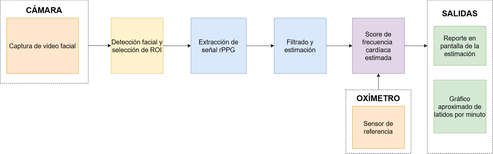
This is Figuras/diagBloques.png from santiagoruizvt/TrabajoFinalCEIA, a draw.io export, as it was before one commit. Source tidied: cells renumbered, new cells last; positions are measured from the earlier drawing's top-left corner, leaving out a move shared by most shapes.
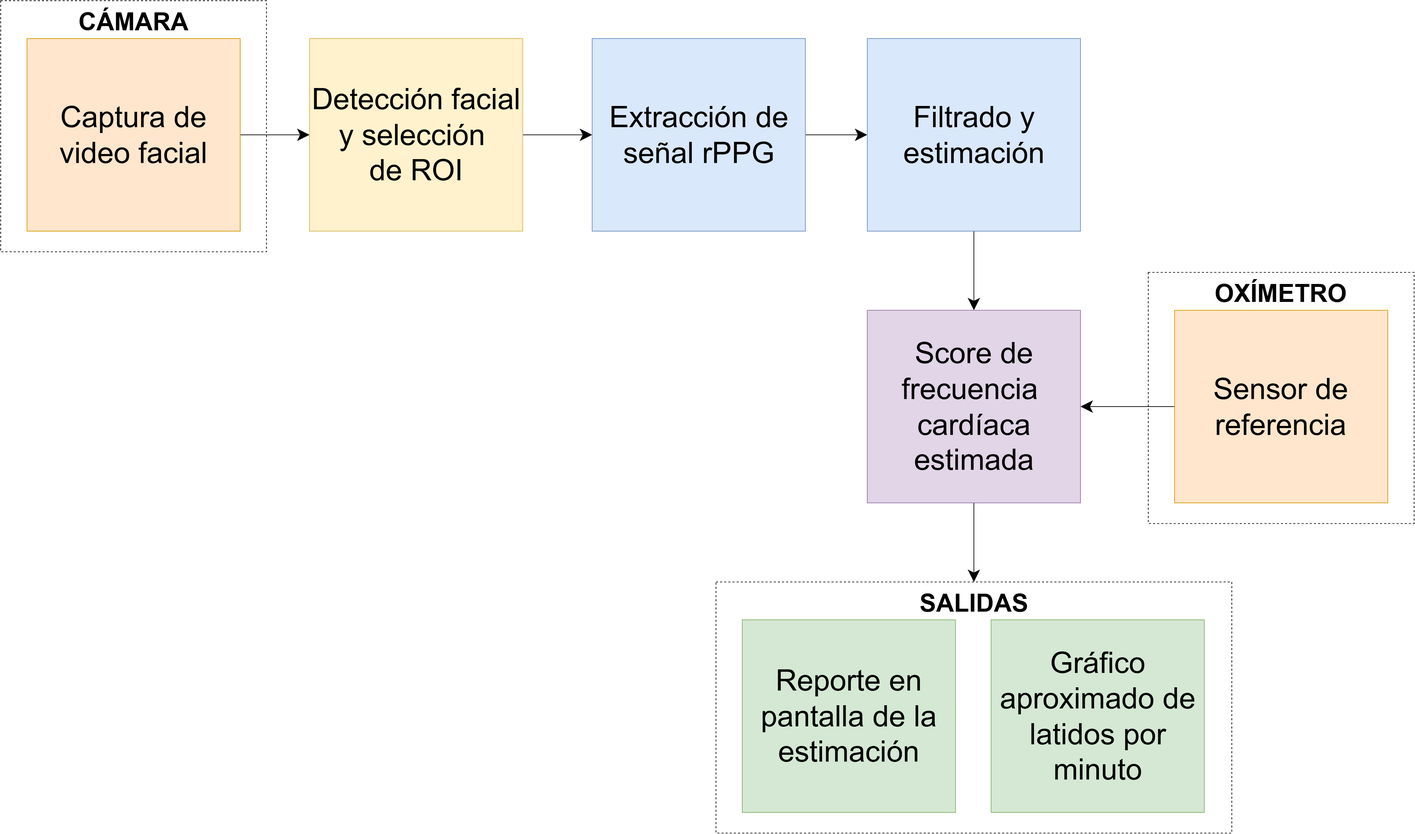
Above is the later version.

Change to the diagram source:
```diff
@@ -2,68 +2,65 @@
   <root>
     <mxCell id="0" />
     <mxCell id="1" parent="0" />
-    <mxCell id="2" style="edgeStyle=none;curved=1;rounded=0;jettySize=auto;html=1;exitX=0.5;exitY=0;exitDx=0;exitDy=0;entryX=0.5;entryY=1;entryDx=0;entryDy=0;fontSize=12;startSize=8;endSize=8;labelBackgroundColor=none;fontColor=default;" parent="1" edge="1" source="3" target="11">
-      <mxGeometry relative="1" as="geometry" />
-    </mxCell>
-    <mxCell id="3" style="rounded=0;whiteSpace=wrap;html=1;dashed=1;labelBackgroundColor=none;" parent="1" vertex="1">
-      <mxGeometry x="1060" y="275" width="200" height="195" as="geometry" />
-    </mxCell>
     <mxCell id="4" style="rounded=0;whiteSpace=wrap;html=1;dashed=1;labelBackgroundColor=none;" parent="1" vertex="1">
-      <mxGeometry width="270" height="255" as="geometry" />
+      <mxGeometry width="386.5" height="365" as="geometry" />
     </mxCell>
+    <mxCell id="22" style="edgeStyle=orthogonalEdgeStyle;rounded=0;jettySize=auto;html=1;exitX=1;exitY=0.5;exitDx=0;exitDy=0;entryX=0;entryY=0.5;entryDx=0;entryDy=0;endSize=15;" parent="1" edge="1" source="5" target="7">
+      <mxGeometry relative="1" as="geometry" />
+    </mxCell>
-    <mxCell id="5" value="&lt;font style=&quot;font-size: 20px;&quot;&gt;Captura de video facial&lt;/font&gt;" style="rounded=0;whiteSpace=wrap;html=1;labelBackgroundColor=none;fillColor=#ffe6cc;strokeColor=#d79b00;" parent="1" vertex="1">
-      <mxGeometry x="20" y="55" width="220" height="170" as="geometry" />
+    <mxCell id="5" value="&lt;font style=&quot;font-size: 43px;&quot;&gt;Captura de video facial&lt;/font&gt;" style="rounded=0;whiteSpace=wrap;html=1;labelBackgroundColor=none;fillColor=#ffe6cc;strokeColor=#d79b00;" parent="1" vertex="1">
+      <mxGeometry x="38.2" y="55" width="310" height="280" as="geometry" />
     </mxCell>
-    <mxCell id="6" value="&lt;font style=&quot;font-size: 25px;&quot;&gt;CÁMARA&lt;/font&gt;" style="text;html=1;whiteSpace=wrap;strokeColor=none;fillColor=none;align=center;verticalAlign=middle;rounded=0;fontStyle=1;fontSize=16;labelBackgroundColor=none;" parent="1" vertex="1">
-      <mxGeometry x="70" y="15" width="130" height="30" as="geometry" />
+    <mxCell id="6" value="&lt;font&gt;CÁMARA&lt;/font&gt;" style="text;html=1;whiteSpace=wrap;strokeColor=none;fillColor=none;align=center;verticalAlign=middle;rounded=0;fontStyle=1;fontSize=36;labelBackgroundColor=none;" parent="1" vertex="1">
+      <mxGeometry x="128.2" y="15" width="130" height="30" as="geometry" />
     </mxCell>
+    <mxCell id="12" style="edgeStyle=orthogonalEdgeStyle;rounded=0;jettySize=auto;html=1;exitX=1;exitY=0.5;exitDx=0;exitDy=0;entryX=0;entryY=0.5;entryDx=0;entryDy=0;endSize=15;" parent="1" edge="1" source="7" target="8">
+      <mxGeometry relative="1" as="geometry" />
+    </mxCell>
-    <mxCell id="7" value="&lt;font style=&quot;font-size: 20px;&quot;&gt;Detección facial y selección de ROI&lt;/font&gt;" style="rounded=0;whiteSpace=wrap;html=1;labelBackgroundColor=none;fillColor=#fff2cc;strokeColor=#d6b656;" parent="1" vertex="1">
-      <mxGeometry x="340" y="55" width="160" height="170" as="geometry" />
+    <mxCell id="7" value="&lt;font style=&quot;font-size: 43px;&quot;&gt;Detección facial y selección&amp;nbsp;&lt;/font&gt;&lt;div&gt;&lt;font style=&quot;font-size: 43px;&quot;&gt;de ROI&lt;/font&gt;&lt;/div&gt;" style="rounded=0;whiteSpace=wrap;html=1;labelBackgroundColor=none;fillColor=#fff2cc;strokeColor=#d6b656;" parent="1" vertex="1">
+      <mxGeometry x="449" y="55" width="310" height="280" as="geometry" />
     </mxCell>
+    <mxCell id="13" style="edgeStyle=orthogonalEdgeStyle;rounded=0;jettySize=auto;html=1;exitX=1;exitY=0.5;exitDx=0;exitDy=0;entryX=0;entryY=0.5;entryDx=0;entryDy=0;endSize=15;" parent="1" edge="1" source="8" target="10">
+      <mxGeometry relative="1" as="geometry" />
+    </mxCell>
-    <mxCell id="8" value="&lt;font style=&quot;font-size: 20px;&quot;&gt;Extracción de señal rPPG&lt;/font&gt;" style="rounded=0;whiteSpace=wrap;html=1;labelBackgroundColor=none;fillColor=#dae8fc;strokeColor=#6c8ebf;" parent="1" vertex="1">
-      <mxGeometry x="585" y="55" width="170" height="170" as="geometry" />
+    <mxCell id="8" value="&lt;font style=&quot;font-size: 43px;&quot;&gt;Extracción de señal rPPG&lt;/font&gt;" style="rounded=0;whiteSpace=wrap;html=1;labelBackgroundColor=none;fillColor=#dae8fc;strokeColor=#6c8ebf;" parent="1" vertex="1">
+      <mxGeometry x="860" y="55" width="310" height="280" as="geometry" />
     </mxCell>
-    <mxCell id="9" style="edgeStyle=none;curved=1;rounded=0;jettySize=auto;html=1;exitX=1;exitY=0.5;exitDx=0;exitDy=0;fontSize=12;startSize=8;endSize=8;" parent="1" edge="1" source="10" target="11">
+    <mxCell id="9" style="edgeStyle=orthogonalEdgeStyle;rounded=0;jettySize=auto;html=1;exitX=0.5;exitY=1;exitDx=0;exitDy=0;entryX=0.5;entryY=0;entryDx=0;entryDy=0;endSize=15;" parent="1" edge="1" source="10" target="11">
       <mxGeometry relative="1" as="geometry" />
     </mxCell>
-    <mxCell id="10" value="&lt;font style=&quot;font-size: 20px;&quot;&gt;Filtrado y estimación&lt;/font&gt;" style="rounded=0;whiteSpace=wrap;html=1;labelBackgroundColor=none;fillColor=#dae8fc;strokeColor=#6c8ebf;" parent="1" vertex="1">
-      <mxGeometry x="840" y="55" width="160" height="170" as="geometry" />
+    <mxCell id="10" value="&lt;font style=&quot;font-size: 43px;&quot;&gt;Filtrado y estimación&lt;/font&gt;" style="rounded=0;whiteSpace=wrap;html=1;labelBackgroundColor=none;fillColor=#dae8fc;strokeColor=#6c8ebf;" parent="1" vertex="1">
+      <mxGeometry x="1260" y="55" width="310" height="280" as="geometry" />
     </mxCell>
+    <mxCell id="23" style="edgeStyle=orthogonalEdgeStyle;rounded=0;jettySize=auto;html=1;exitX=0.5;exitY=1;exitDx=0;exitDy=0;entryX=0.5;entryY=0;entryDx=0;entryDy=0;endSize=15;" parent="1" edge="1" source="11" target="26">
+      <mxGeometry relative="1" as="geometry" />
+    </mxCell>
-    <mxCell id="11" value="&lt;font style=&quot;font-size: 20px;&quot;&gt;Score de frecuencia&amp;nbsp;&lt;/font&gt;&lt;div&gt;&lt;font style=&quot;font-size: 20px;&quot;&gt;cardíaca estimada&lt;/font&gt;&lt;/div&gt;" style="rounded=0;whiteSpace=wrap;html=1;labelBackgroundColor=none;fillColor=#e1d5e7;strokeColor=#9673a6;" parent="1" vertex="1">
-      <mxGeometry x="1080" y="55" width="160" height="170" as="geometry" />
+    <mxCell id="11" value="&lt;font style=&quot;font-size: 43px;&quot;&gt;Score de frecuencia&amp;nbsp;&lt;/font&gt;&lt;div&gt;&lt;font style=&quot;font-size: 43px;&quot;&gt;cardíaca estimada&lt;/font&gt;&lt;/div&gt;" style="rounded=0;whiteSpace=wrap;html=1;labelBackgroundColor=none;fillColor=#e1d5e7;strokeColor=#9673a6;" parent="1" vertex="1">
+      <mxGeometry x="1260" y="450" width="310" height="280" as="geometry" />
     </mxCell>
-    <mxCell id="12" style="endArrow=classic;html=1;rounded=0;fontSize=12;startSize=8;endSize=8;curved=1;exitX=1;exitY=0.5;exitDx=0;exitDy=0;entryX=0;entryY=0.5;entryDx=0;entryDy=0;labelBackgroundColor=none;fontColor=default;" parent="1" edge="1" source="7" target="8">
-      <mxGeometry relative="1" as="geometry" />
-    </mxCell>
-    <mxCell id="13" style="endArrow=classic;html=1;rounded=0;fontSize=12;startSize=8;endSize=8;curved=1;exitX=1;exitY=0.5;exitDx=0;exitDy=0;entryX=0;entryY=0.5;entryDx=0;entryDy=0;labelBackgroundColor=none;fontColor=default;" parent="1" edge="1" source="8" target="10">
-      <mxGeometry relative="1" as="geometry" />
-    </mxCell>
-    <mxCell id="14" style="rounded=0;whiteSpace=wrap;html=1;dashed=1;labelBackgroundColor=none;" parent="1" vertex="1">
-      <mxGeometry x="1310" width="200" height="470" as="geometry" />
-    </mxCell>
-    <mxCell id="15" value="&lt;font style=&quot;font-size: 25px;&quot;&gt;SALIDAS&lt;/font&gt;" style="text;html=1;whiteSpace=wrap;strokeColor=none;fillColor=none;align=center;verticalAlign=middle;rounded=0;fontStyle=1;fontSize=16;labelBackgroundColor=none;" parent="1" vertex="1">
-      <mxGeometry x="1380" y="25" width="60" height="30" as="geometry" />
-    </mxCell>
-    <mxCell id="16" value="&lt;font style=&quot;font-size: 20px;&quot;&gt;Reporte en pantalla de la estimación&lt;/font&gt;" style="rounded=0;whiteSpace=wrap;html=1;labelBackgroundColor=none;fillColor=#d5e8d4;strokeColor=#82b366;" parent="1" vertex="1">
-      <mxGeometry x="1330" y="80" width="160" height="120" as="geometry" />
-    </mxCell>
-    <mxCell id="17" value="&lt;span style=&quot;font-size: 20px;&quot;&gt;Gráfico aproximado de latidos por minuto&lt;/span&gt;" style="rounded=0;whiteSpace=wrap;html=1;labelBackgroundColor=none;fillColor=#d5e8d4;strokeColor=#82b366;" parent="1" vertex="1">
-      <mxGeometry x="1330" y="245" width="160" height="162.5" as="geometry" />
-    </mxCell>
+    <mxCell id="24" style="rounded=0;whiteSpace=wrap;html=1;dashed=1;labelBackgroundColor=none;" parent="1" vertex="1">
+      <mxGeometry x="1668.5" y="395" width="386.5" height="365" as="geometry" />
+    </mxCell>
+    <mxCell id="25" style="edgeStyle=orthogonalEdgeStyle;rounded=0;jettySize=auto;html=1;exitX=0;exitY=0.5;exitDx=0;exitDy=0;entryX=1;entryY=0.5;entryDx=0;entryDy=0;endSize=15;" parent="1" edge="1" source="18" target="11">
+      <mxGeometry relative="1" as="geometry" />
+    </mxCell>
-    <mxCell id="18" value="&lt;font style=&quot;font-size: 20px;&quot;&gt;Sensor de referencia&lt;/font&gt;" style="rounded=0;whiteSpace=wrap;html=1;labelBackgroundColor=none;fillColor=#ffe6cc;strokeColor=#d79b00;" parent="1" vertex="1">
-      <mxGeometry x="1080" y="325" width="160" height="130" as="geometry" />
+    <mxCell id="18" value="&lt;span style=&quot;font-size: 43px;&quot;&gt;Sensor de referencia&lt;/span&gt;" style="rounded=0;whiteSpace=wrap;html=1;labelBackgroundColor=none;fillColor=#ffe6cc;strokeColor=#d79b00;" parent="1" vertex="1">
+      <mxGeometry x="1706.8" y="450" width="310" height="280" as="geometry" />
     </mxCell>
-    <mxCell id="19" value="&lt;font style=&quot;font-size: 25px;&quot;&gt;OXÍMETRO&lt;/font&gt;" style="text;html=1;whiteSpace=wrap;strokeColor=none;fillColor=none;align=center;verticalAlign=middle;rounded=0;fontStyle=1;fontSize=16;labelBackgroundColor=none;" parent="1" vertex="1">
-      <mxGeometry x="1130" y="285" width="60" height="30" as="geometry" />
+    <mxCell id="19" value="&lt;font&gt;OXÍMETRO&lt;/font&gt;" style="text;html=1;whiteSpace=wrap;strokeColor=none;fillColor=none;align=center;verticalAlign=middle;rounded=0;fontStyle=1;fontSize=36;labelBackgroundColor=none;" parent="1" vertex="1">
+      <mxGeometry x="1796.8" y="410" width="130" height="30" as="geometry" />
     </mxCell>
-    <mxCell id="20" style="edgeStyle=none;curved=1;rounded=0;orthogonalLoop=1;jettySize=auto;html=1;entryX=0;entryY=0.426;entryDx=0;entryDy=0;entryPerimeter=0;fontSize=12;startSize=8;endSize=8;" parent="1" edge="1">
-      <mxGeometry relative="1" as="geometry">
-        <mxPoint x="270" y="139.5" as="sourcePoint" />
-        <mxPoint x="340" y="139.5" as="targetPoint" />
-      </mxGeometry>
-    </mxCell>
-    <mxCell id="21" style="edgeStyle=none;curved=1;rounded=0;jettySize=auto;html=1;exitX=1;exitY=0.5;exitDx=0;exitDy=0;entryX=0;entryY=0.298;entryDx=0;entryDy=0;entryPerimeter=0;fontSize=12;startSize=8;endSize=8;" parent="1" edge="1" source="11" target="14">
-      <mxGeometry relative="1" as="geometry" />
-    </mxCell>
+    <mxCell id="26" style="rounded=0;whiteSpace=wrap;html=1;dashed=1;labelBackgroundColor=none;" parent="1" vertex="1">
+      <mxGeometry x="1040" y="845" width="750" height="365" as="geometry" />
+    </mxCell>
+    <mxCell id="16" value="&lt;span style=&quot;font-size: 43px;&quot;&gt;Reporte en pantalla de la estimación&lt;/span&gt;" style="rounded=0;whiteSpace=wrap;html=1;labelBackgroundColor=none;fillColor=#d5e8d4;strokeColor=#82b366;" parent="1" vertex="1">
+      <mxGeometry x="1078.2" y="900" width="310" height="280" as="geometry" />
+    </mxCell>
+    <mxCell id="15" value="&lt;font&gt;SALIDAS&lt;/font&gt;" style="text;html=1;whiteSpace=wrap;strokeColor=none;fillColor=none;align=center;verticalAlign=middle;rounded=0;fontStyle=1;fontSize=36;labelBackgroundColor=none;" parent="1" vertex="1">
+      <mxGeometry x="1350" y="860" width="130" height="30" as="geometry" />
+    </mxCell>
+    <mxCell id="17" value="&lt;span style=&quot;font-size: 43px;&quot;&gt;Gráfico aproximado de latidos por minuto&lt;/span&gt;" style="rounded=0;whiteSpace=wrap;html=1;labelBackgroundColor=none;fillColor=#d5e8d4;strokeColor=#82b366;" parent="1" vertex="1">
+      <mxGeometry x="1440" y="900" width="310" height="280" as="geometry" />
+    </mxCell>
   </root>
 </mxGraphModel>
```
